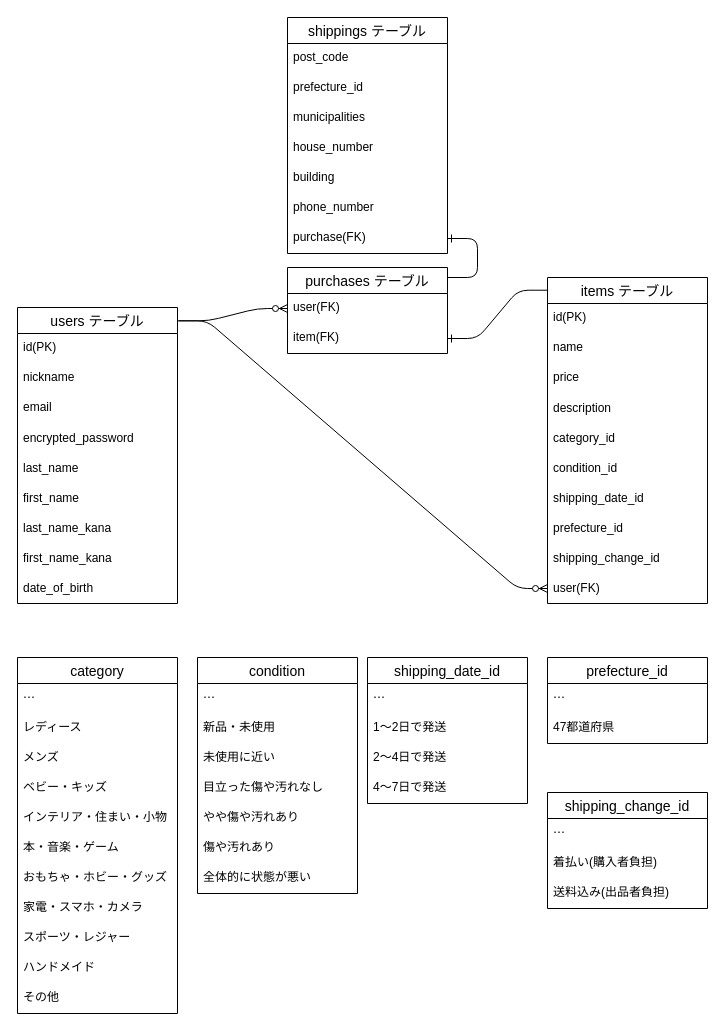
Above: furima.dio in mackey3690/furima-40103 (draw.io), before the change. Source tidied: cells renumbered, new cells numbered last; positions are measured from the earlier drawing's top-left corner, leaving out a move shared by most shapes. Both pictures are drawn from the tidied source at 100%, with x=0, y=0 at pixel (17, 17).
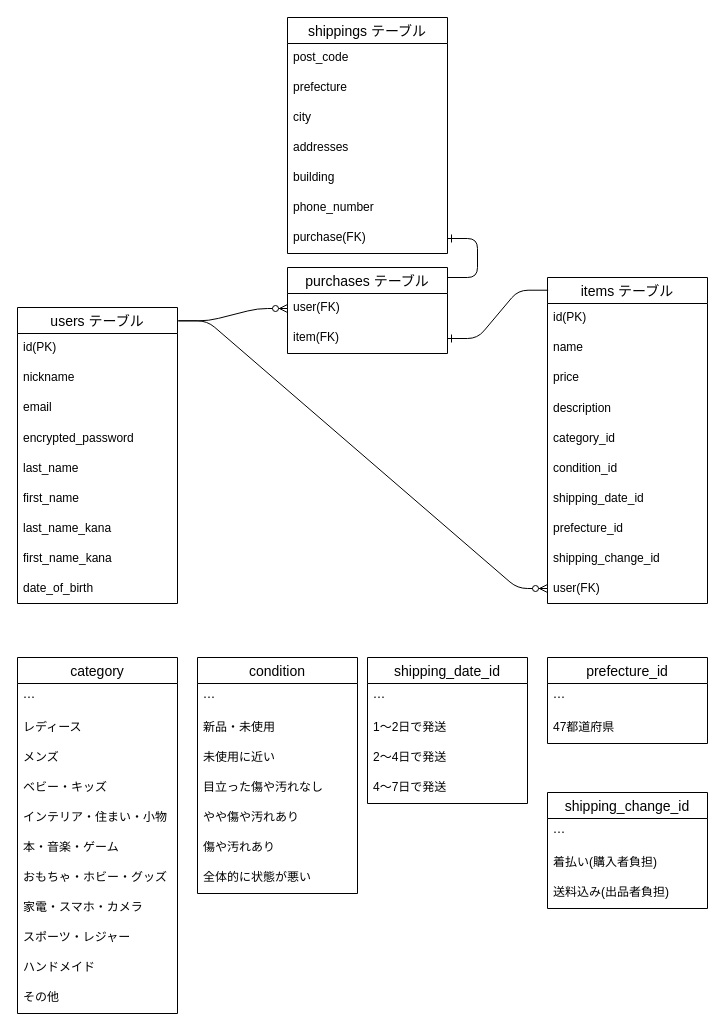
The same diagram, later.

The change refers to these unchanged cells:
```xml
<mxCell id="60" value="shippings テーブル" style="swimlane;fontStyle=0;horizontal=1;startSize=26;align=center;fontSize=14;" parent="1" vertex="1">
  <mxGeometry x="270" width="160" height="236" as="geometry" />
</mxCell>
```

What changed in the source:
```diff
@@
-    <mxCell id="62" value="prefecture_id" style="text;strokeColor=none;fillColor=none;spacingLeft=4;spacingRight=4;overflow=hidden;fontSize=12;" parent="60" vertex="1">
+    <mxCell id="62" value="prefecture" style="text;strokeColor=none;fillColor=none;spacingLeft=4;spacingRight=4;overflow=hidden;fontSize=12;" parent="60" vertex="1">
       <mxGeometry y="56" width="160" height="30" as="geometry" />
     </mxCell>
-    <mxCell id="63" value="municipalities" style="text;strokeColor=none;fillColor=none;spacingLeft=4;spacingRight=4;overflow=hidden;fontSize=12;" parent="60" vertex="1">
+    <mxCell id="63" value="city" style="text;strokeColor=none;fillColor=none;spacingLeft=4;spacingRight=4;overflow=hidden;fontSize=12;" parent="60" vertex="1">
       <mxGeometry y="86" width="160" height="30" as="geometry" />
     </mxCell>
-    <mxCell id="64" value="house_number" style="text;strokeColor=none;fillColor=none;spacingLeft=4;spacingRight=4;overflow=hidden;fontSize=12;" parent="60" vertex="1">
+    <mxCell id="64" value="addresses" style="text;strokeColor=none;fillColor=none;spacingLeft=4;spacingRight=4;overflow=hidden;fontSize=12;" parent="60" vertex="1">
       <mxGeometry y="116" width="160" height="30" as="geometry" />
     </mxCell>
```
